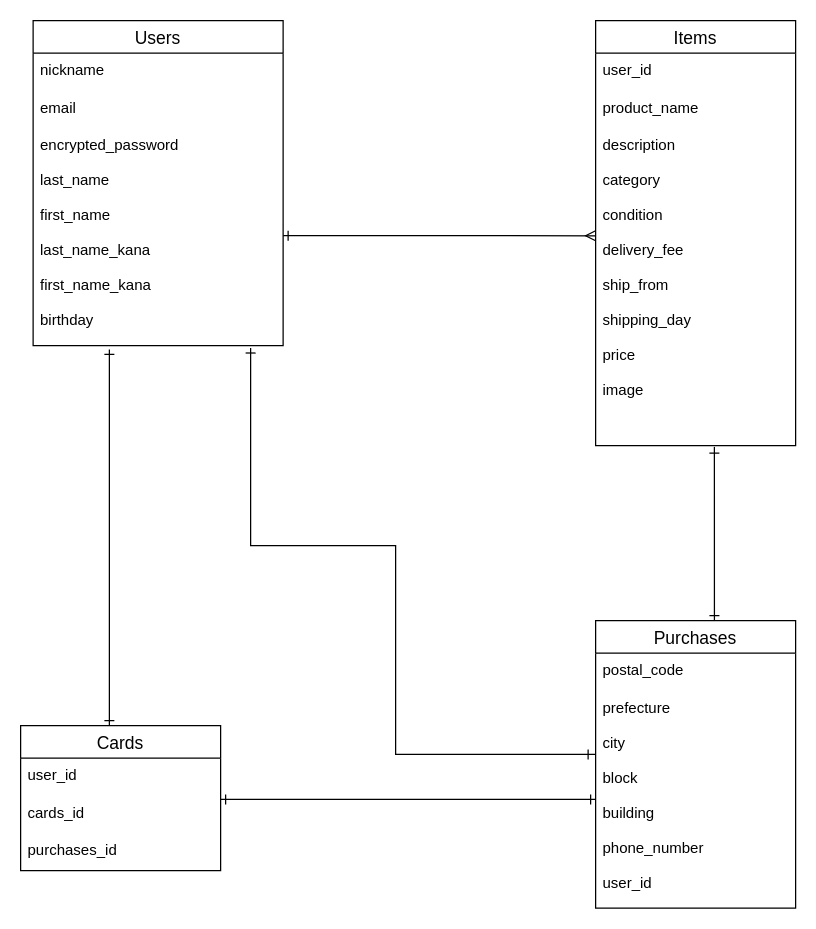
This is furima.dio from sayura86/furima-36432, a draw.io file, before an edit. Source tidied: cells renumbered, new cells numbered last; positions are measured from the earlier drawing's top-left corner, leaving out a move shared by most shapes. Both pictures are drawn from the tidied source at 125%, with x=0, y=0 at pixel (20, 20).
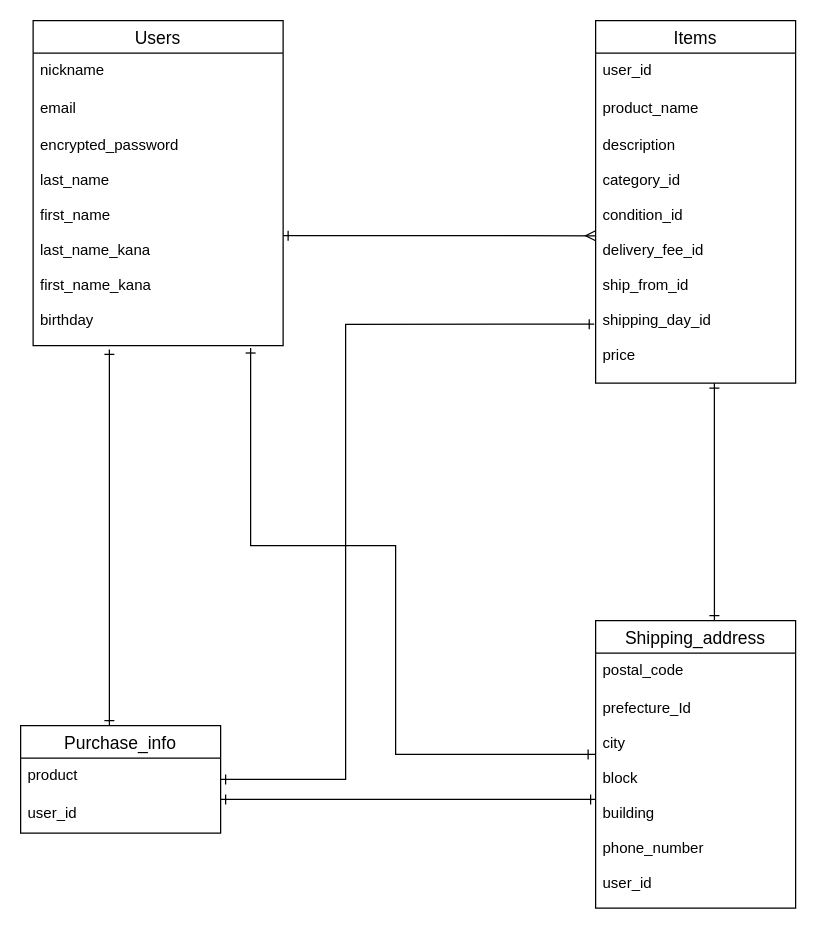
After the change.

Diff of the diagram source:
```diff
@@
+    <mxCell id="22" style="edgeStyle=orthogonalEdgeStyle;rounded=0;jettySize=auto;html=1;entryX=-0.007;entryY=0.769;entryDx=0;entryDy=0;entryPerimeter=0;endArrow=ERone;endFill=0;startArrow=ERone;startFill=0;" parent="1" edge="1" source="2" target="13">
+      <mxGeometry relative="1" as="geometry">
+        <Array as="points">
+          <mxPoint x="260" y="607" />
+          <mxPoint x="260" y="243" />
+        </Array>
+      </mxGeometry>
+    </mxCell>
-    <mxCell id="2" value="Cards" style="swimlane;fontStyle=0;horizontal=1;startSize=26;align=center;fontSize=14;" parent="1" vertex="1">
-      <mxGeometry y="564" width="160" height="116" as="geometry" />
+    <mxCell id="2" value="Purchase_info" style="swimlane;fontStyle=0;horizontal=1;startSize=26;align=center;fontSize=14;" parent="1" vertex="1">
+      <mxGeometry y="564" width="160" height="86" as="geometry" />
     </mxCell>
-    <mxCell id="3" value="user_id&#10;" style="text;strokeColor=none;fillColor=none;spacingLeft=4;spacingRight=4;overflow=hidden;fontSize=12;" parent="2" vertex="1">
+    <mxCell id="3" value="product" style="text;strokeColor=none;fillColor=none;spacingLeft=4;spacingRight=4;overflow=hidden;fontSize=12;" parent="2" vertex="1">
       <mxGeometry y="26" width="160" height="30" as="geometry" />
     </mxCell>
-    <mxCell id="4" value="cards_id&#10;" style="text;strokeColor=none;fillColor=none;spacingLeft=4;spacingRight=4;overflow=hidden;fontSize=12;" parent="2" vertex="1">
-      <mxGeometry y="56" width="160" height="30" as="geometry" />
-    </mxCell>
-    <mxCell id="5" value="purchases_id" style="text;strokeColor=none;fillColor=none;spacingLeft=4;spacingRight=4;overflow=hidden;fontSize=12;" parent="2" vertex="1">
-      <mxGeometry y="86" width="160" height="30" as="geometry" />
+    <mxCell id="5" value="user_id" style="text;strokeColor=none;fillColor=none;spacingLeft=4;spacingRight=4;overflow=hidden;fontSize=12;" parent="2" vertex="1">
+      <mxGeometry y="56" width="160" height="30" as="geometry" />
     </mxCell>
@@
     <mxCell id="10" value="Items" style="swimlane;fontStyle=0;horizontal=1;startSize=26;align=center;fontSize=14;" parent="1" vertex="1">
-      <mxGeometry x="460" width="160" height="340" as="geometry" />
+      <mxGeometry x="460" width="160" height="290" as="geometry" />
     </mxCell>
@@
-    <mxCell id="13" value="description&#10;&#10;category&#10;&#10;condition&#10;&#10;delivery_fee&#10;&#10;ship_from&#10;&#10;shipping_day&#10;&#10;price&#10;&#10;image" style="text;strokeColor=none;fillColor=none;spacingLeft=4;spacingRight=4;overflow=hidden;points=[[0,0.5],[1,0.5]];portConstraint=eastwest;fontSize=12;" parent="10" vertex="1">
-      <mxGeometry y="86" width="160" height="254" as="geometry" />
+    <mxCell id="13" value="description&#10;&#10;category_id&#10;&#10;condition_id&#10;&#10;delivery_fee_id&#10;&#10;ship_from_id&#10;&#10;shipping_day_id&#10;&#10;price" style="text;strokeColor=none;fillColor=none;spacingLeft=4;spacingRight=4;overflow=hidden;points=[[0,0.5],[1,0.5]];portConstraint=eastwest;fontSize=12;" parent="10" vertex="1">
+      <mxGeometry y="86" width="160" height="204" as="geometry" />
     </mxCell>
-    <mxCell id="14" value="Purchases" style="swimlane;fontStyle=0;horizontal=1;startSize=26;align=center;fontSize=14;" parent="1" vertex="1">
+    <mxCell id="14" value="Shipping_address" style="swimlane;fontStyle=0;horizontal=1;startSize=26;align=center;fontSize=14;" parent="1" vertex="1">
       <mxGeometry x="460" y="480" width="160" height="230" as="geometry" />
     </mxCell>
@@
-    <mxCell id="16" value="prefecture&#10;&#10;city&#10;&#10;block&#10;&#10;building&#10;&#10;phone_number&#10;&#10;user_id" style="text;strokeColor=none;fillColor=none;spacingLeft=4;spacingRight=4;overflow=hidden;fontSize=12;" parent="14" vertex="1">
+    <mxCell id="16" value="prefecture_Id&#10;&#10;city&#10;&#10;block&#10;&#10;building&#10;&#10;phone_number&#10;&#10;user_id" style="text;strokeColor=none;fillColor=none;spacingLeft=4;spacingRight=4;overflow=hidden;fontSize=12;" parent="14" vertex="1">
       <mxGeometry y="56" width="160" height="174" as="geometry" />
     </mxCell>
     <mxCell id="17" style="edgeStyle=orthogonalEdgeStyle;rounded=0;jettySize=auto;html=1;startArrow=ERone;startFill=0;endArrow=ERone;endFill=0;strokeWidth=1;exitX=0.594;exitY=0;exitDx=0;exitDy=0;exitPerimeter=0;" parent="1" edge="1" source="14">
       <mxGeometry relative="1" as="geometry">
-        <mxPoint x="555" y="350" as="targetPoint" />
+        <mxPoint x="555" y="290" as="targetPoint" />
         <Array as="points">
           <mxPoint x="555" y="341" />
         </Array>
       </mxGeometry>
     </mxCell>
```
